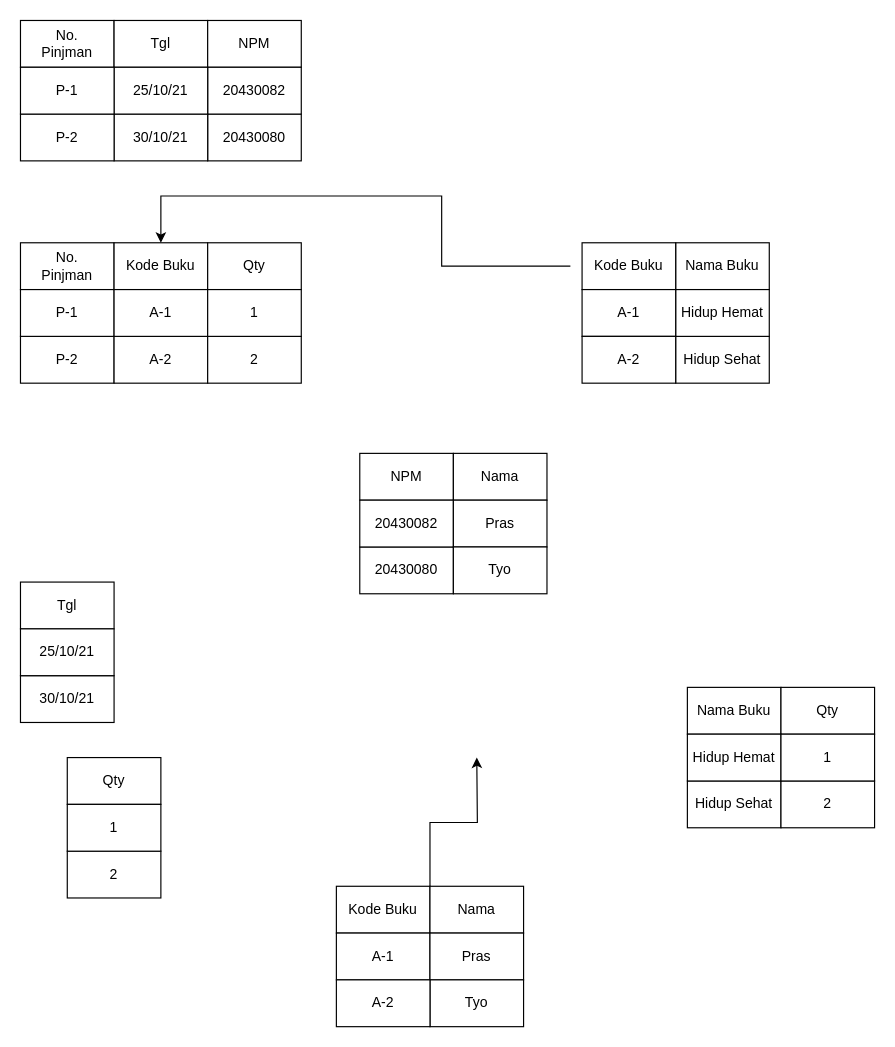
lukmanprasetyo/Topologi-Jaringan keeps this draw.io diagram as Untitled Diagram.drawio. Above is the earlier version. Source tidied: cells renumbered, new cells numbered last; positions are measured from the earlier drawing's top-left corner, leaving out a move shared by most shapes. Both pictures are drawn from the tidied source at 117%, with x=0, y=0 at pixel (20, 20).
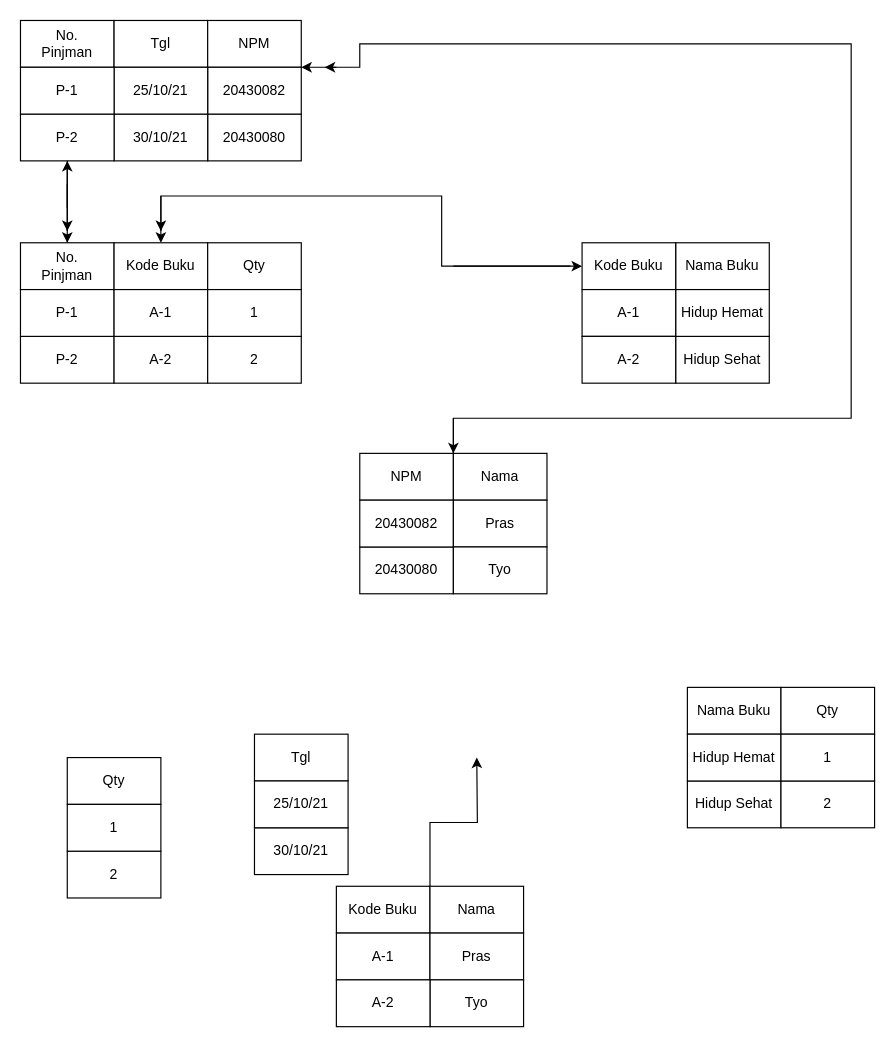
The same diagram, later.

Unchanged cells that the change refers to:
```xml
<mxCell id="4" value="Nama" style="rounded=0;whiteSpace=wrap;html=1;" parent="1" vertex="1">
  <mxGeometry x="370" y="370" width="80" height="40" as="geometry" />
</mxCell>
<mxCell id="28" value="20430082" style="rounded=0;whiteSpace=wrap;html=1;" parent="1" vertex="1">
  <mxGeometry x="160" y="40" width="80" height="40" as="geometry" />
</mxCell>
<mxCell id="30" value="P-2" style="rounded=0;whiteSpace=wrap;html=1;" parent="1" vertex="1">
  <mxGeometry y="80" width="80" height="40" as="geometry" />
</mxCell>
<mxCell id="33" value="No. &lt;br&gt;Pinjman" style="rounded=0;whiteSpace=wrap;html=1;" parent="1" vertex="1">
  <mxGeometry y="190" width="80" height="40" as="geometry" />
</mxCell>
<mxCell id="48" value="Kode Buku" style="rounded=0;whiteSpace=wrap;html=1;" parent="1" vertex="1">
  <mxGeometry x="480" y="190" width="80" height="40" as="geometry" />
</mxCell>
```

Change to the diagram source:
```diff
@@
     <mxCell id="2" value="Tgl" style="rounded=0;whiteSpace=wrap;html=1;" parent="1" vertex="1">
-      <mxGeometry y="480" width="80" height="40" as="geometry" />
+      <mxGeometry x="200" y="610" width="80" height="40" as="geometry" />
     </mxCell>
@@
+    <mxCell id="52" style="edgeStyle=orthogonalEdgeStyle;rounded=0;jettySize=auto;html=1;exitX=0;exitY=0;exitDx=0;exitDy=0;entryX=1;entryY=0;entryDx=0;entryDy=0;" parent="1" edge="1" source="4" target="28">
+      <mxGeometry relative="1" as="geometry">
+        <Array as="points">
+          <mxPoint x="370" y="340" />
+          <mxPoint x="710" y="340" />
+          <mxPoint x="710" y="20" />
+          <mxPoint x="290" y="20" />
+          <mxPoint x="290" y="40" />
+        </Array>
+      </mxGeometry>
+    </mxCell>
@@
     <mxCell id="8" value="30/10/21" style="rounded=0;whiteSpace=wrap;html=1;" parent="1" vertex="1">
-      <mxGeometry y="560" width="80" height="40" as="geometry" />
+      <mxGeometry x="200" y="690" width="80" height="40" as="geometry" />
     </mxCell>
     <mxCell id="9" value="25/10/21" style="rounded=0;whiteSpace=wrap;html=1;" parent="1" vertex="1">
-      <mxGeometry y="520" width="80" height="40" as="geometry" />
+      <mxGeometry x="200" y="650" width="80" height="40" as="geometry" />
     </mxCell>
@@
+    <mxCell id="53" style="edgeStyle=none;rounded=0;orthogonalLoop=1;jettySize=auto;html=1;exitX=0.5;exitY=0;exitDx=0;exitDy=0;entryX=0.5;entryY=0;entryDx=0;entryDy=0;" parent="1" edge="1" source="33" target="33">
+      <mxGeometry relative="1" as="geometry">
+        <Array as="points">
+          <mxPoint x="40" y="120" />
+        </Array>
+      </mxGeometry>
+    </mxCell>
+    <mxCell id="54" style="edgeStyle=none;rounded=0;jettySize=auto;html=1;entryX=0.5;entryY=1;entryDx=0;entryDy=0;" parent="1" edge="1" target="30">
+      <mxGeometry relative="1" as="geometry">
+        <mxPoint x="40" y="160" as="sourcePoint" />
+      </mxGeometry>
+    </mxCell>
@@
+    <mxCell id="55" style="edgeStyle=none;rounded=0;jettySize=auto;html=1;entryX=0;entryY=0.5;entryDx=0;entryDy=0;" parent="1" edge="1" target="48">
+      <mxGeometry relative="1" as="geometry">
+        <mxPoint x="370" y="210" as="sourcePoint" />
+      </mxGeometry>
+    </mxCell>
@@
+    <mxCell id="56" style="edgeStyle=none;rounded=0;orthogonalLoop=1;jettySize=auto;html=1;exitX=0.5;exitY=0;exitDx=0;exitDy=0;entryX=0.5;entryY=0;entryDx=0;entryDy=0;" parent="1" edge="1">
+      <mxGeometry relative="1" as="geometry">
+        <mxPoint x="40" y="180" as="sourcePoint" />
+        <mxPoint x="40" y="180" as="targetPoint" />
+        <Array as="points">
+          <mxPoint x="40" y="140" />
+        </Array>
+      </mxGeometry>
+    </mxCell>
+    <mxCell id="57" style="edgeStyle=none;rounded=0;orthogonalLoop=1;jettySize=auto;html=1;exitX=0.5;exitY=0;exitDx=0;exitDy=0;entryX=0.5;entryY=0;entryDx=0;entryDy=0;" parent="1" edge="1">
+      <mxGeometry relative="1" as="geometry">
+        <mxPoint x="120" y="180" as="sourcePoint" />
+        <mxPoint x="120" y="180" as="targetPoint" />
+        <Array as="points">
+          <mxPoint x="120" y="150" />
+        </Array>
+      </mxGeometry>
+    </mxCell>
+    <mxCell id="58" style="edgeStyle=none;rounded=0;orthogonalLoop=1;jettySize=auto;html=1;exitX=0.5;exitY=0;exitDx=0;exitDy=0;entryX=0.5;entryY=0;entryDx=0;entryDy=0;" parent="1" edge="1">
+      <mxGeometry relative="1" as="geometry">
+        <mxPoint x="370" y="370" as="sourcePoint" />
+        <mxPoint x="370" y="370" as="targetPoint" />
+        <Array as="points">
+          <mxPoint x="370" y="340" />
+        </Array>
+      </mxGeometry>
+    </mxCell>
+    <mxCell id="59" style="edgeStyle=none;rounded=0;orthogonalLoop=1;jettySize=auto;html=1;" parent="1" edge="1">
+      <mxGeometry relative="1" as="geometry">
+        <mxPoint x="270" y="40" as="sourcePoint" />
+        <mxPoint x="260" y="40" as="targetPoint" />
+      </mxGeometry>
+    </mxCell>
```
